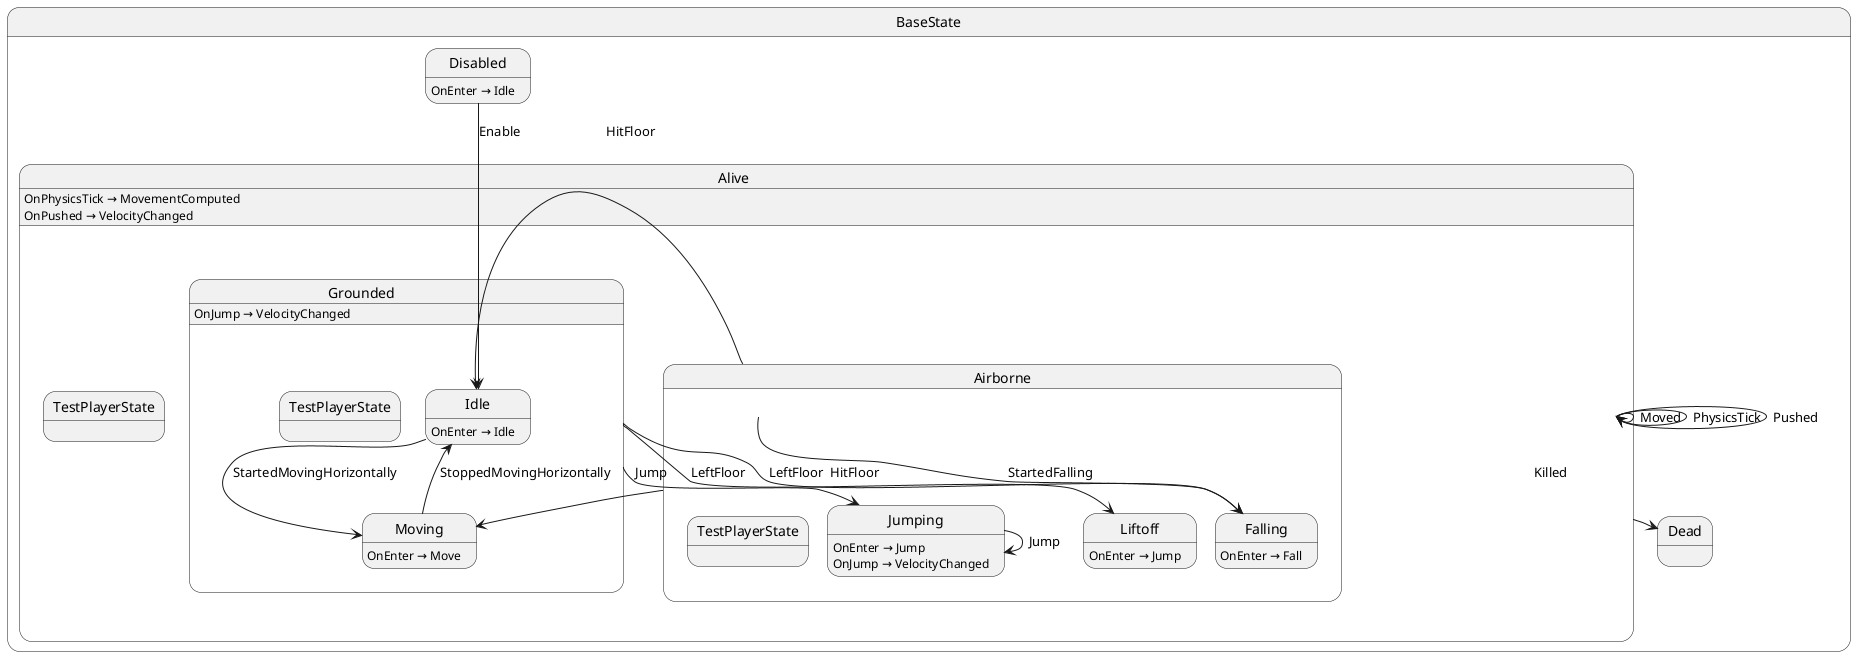
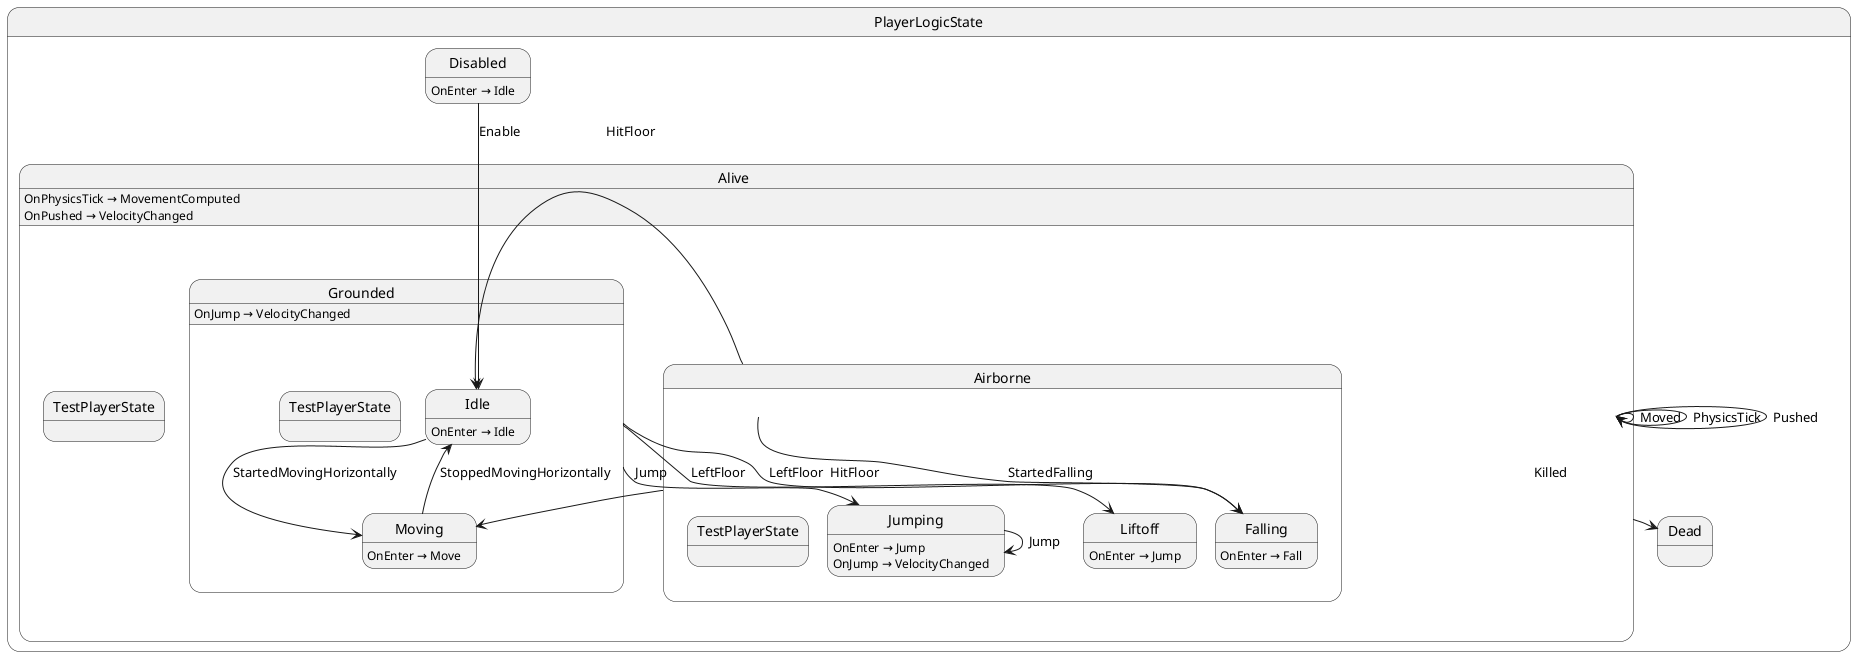
- @startuml BaseState
- state "BaseState" as GameDemo_PlayerLogic_BaseState {
-   state "Alive" as GameDemo_PlayerLogic_BaseState_Alive {
-     state "Airborne" as GameDemo_PlayerLogic_BaseState_Airborne {
-       state "Falling" as GameDemo_PlayerLogic_BaseState_Falling
-       state "Jumping" as GameDemo_PlayerLogic_BaseState_Jumping
-       state "Liftoff" as GameDemo_PlayerLogic_BaseState_Liftoff
+ @startuml PlayerLogicState
+ state "PlayerLogicState" as GameDemo_PlayerLogicState {
+   state "Alive" as GameDemo_PlayerLogicState_Alive {
+     state "Airborne" as GameDemo_PlayerLogicState_Airborne {
+       state "Falling" as GameDemo_PlayerLogicState_Falling
+       state "Jumping" as GameDemo_PlayerLogicState_Jumping
+       state "Liftoff" as GameDemo_PlayerLogicState_Liftoff
      state "TestPlayerState" as GameDemo_Tests_PlayerLogicStateAliveAirborneTest_TestPlayerState
    }
-     state "Grounded" as GameDemo_PlayerLogic_BaseState_Grounded {
-       state "Idle" as GameDemo_PlayerLogic_BaseState_Idle
-       state "Moving" as GameDemo_PlayerLogic_BaseState_Moving
+     state "Grounded" as GameDemo_PlayerLogicState_Grounded {
+       state "Idle" as GameDemo_PlayerLogicState_Idle
+       state "Moving" as GameDemo_PlayerLogicState_Moving
      state "TestPlayerState" as GameDemo_Tests_PlayerLogicStateAliveGroundedTest_TestPlayerState
    }
    state "TestPlayerState" as GameDemo_Tests_PlayerLogicStateAliveTest_TestPlayerState
  }
-   state "Dead" as GameDemo_PlayerLogic_BaseState_Dead
-   state "Disabled" as GameDemo_PlayerLogic_BaseState_Disabled
+   state "Dead" as GameDemo_PlayerLogicState_Dead
+   state "Disabled" as GameDemo_PlayerLogicState_Disabled
}

- GameDemo_PlayerLogic_BaseState_Airborne --> GameDemo_PlayerLogic_BaseState_Falling : StartedFalling
- GameDemo_PlayerLogic_BaseState_Airborne --> GameDemo_PlayerLogic_BaseState_Idle : HitFloor
- GameDemo_PlayerLogic_BaseState_Airborne --> GameDemo_PlayerLogic_BaseState_Moving : HitFloor
- GameDemo_PlayerLogic_BaseState_Alive --> GameDemo_PlayerLogic_BaseState_Alive : Moved
- GameDemo_PlayerLogic_BaseState_Alive --> GameDemo_PlayerLogic_BaseState_Alive : PhysicsTick
- GameDemo_PlayerLogic_BaseState_Alive --> GameDemo_PlayerLogic_BaseState_Alive : Pushed
- GameDemo_PlayerLogic_BaseState_Alive --> GameDemo_PlayerLogic_BaseState_Dead : Killed
- GameDemo_PlayerLogic_BaseState_Disabled --> GameDemo_PlayerLogic_BaseState_Idle : Enable
- GameDemo_PlayerLogic_BaseState_Grounded --> GameDemo_PlayerLogic_BaseState_Falling : LeftFloor
- GameDemo_PlayerLogic_BaseState_Grounded --> GameDemo_PlayerLogic_BaseState_Jumping : Jump
- GameDemo_PlayerLogic_BaseState_Grounded --> GameDemo_PlayerLogic_BaseState_Liftoff : LeftFloor
- GameDemo_PlayerLogic_BaseState_Idle --> GameDemo_PlayerLogic_BaseState_Moving : StartedMovingHorizontally
- GameDemo_PlayerLogic_BaseState_Jumping --> GameDemo_PlayerLogic_BaseState_Jumping : Jump
- GameDemo_PlayerLogic_BaseState_Moving --> GameDemo_PlayerLogic_BaseState_Idle : StoppedMovingHorizontally
+ GameDemo_PlayerLogicState_Airborne --> GameDemo_PlayerLogicState_Falling : StartedFalling
+ GameDemo_PlayerLogicState_Airborne --> GameDemo_PlayerLogicState_Idle : HitFloor
+ GameDemo_PlayerLogicState_Airborne --> GameDemo_PlayerLogicState_Moving : HitFloor
+ GameDemo_PlayerLogicState_Alive --> GameDemo_PlayerLogicState_Alive : Moved
+ GameDemo_PlayerLogicState_Alive --> GameDemo_PlayerLogicState_Alive : PhysicsTick
+ GameDemo_PlayerLogicState_Alive --> GameDemo_PlayerLogicState_Alive : Pushed
+ GameDemo_PlayerLogicState_Alive --> GameDemo_PlayerLogicState_Dead : Killed
+ GameDemo_PlayerLogicState_Disabled --> GameDemo_PlayerLogicState_Idle : Enable
+ GameDemo_PlayerLogicState_Grounded --> GameDemo_PlayerLogicState_Falling : LeftFloor
+ GameDemo_PlayerLogicState_Grounded --> GameDemo_PlayerLogicState_Jumping : Jump
+ GameDemo_PlayerLogicState_Grounded --> GameDemo_PlayerLogicState_Liftoff : LeftFloor
+ GameDemo_PlayerLogicState_Idle --> GameDemo_PlayerLogicState_Moving : StartedMovingHorizontally
+ GameDemo_PlayerLogicState_Jumping --> GameDemo_PlayerLogicState_Jumping : Jump
+ GameDemo_PlayerLogicState_Moving --> GameDemo_PlayerLogicState_Idle : StoppedMovingHorizontally

- GameDemo_PlayerLogic_BaseState_Alive : OnPhysicsTick → MovementComputed
- GameDemo_PlayerLogic_BaseState_Alive : OnPushed → VelocityChanged
- GameDemo_PlayerLogic_BaseState_Disabled : OnEnter → Idle
- GameDemo_PlayerLogic_BaseState_Falling : OnEnter → Fall
- GameDemo_PlayerLogic_BaseState_Grounded : OnJump → VelocityChanged
- GameDemo_PlayerLogic_BaseState_Idle : OnEnter → Idle
- GameDemo_PlayerLogic_BaseState_Jumping : OnEnter → Jump
- GameDemo_PlayerLogic_BaseState_Jumping : OnJump → VelocityChanged
- GameDemo_PlayerLogic_BaseState_Liftoff : OnEnter → Jump
- GameDemo_PlayerLogic_BaseState_Moving : OnEnter → Move
+ GameDemo_PlayerLogicState_Alive : OnPhysicsTick → MovementComputed
+ GameDemo_PlayerLogicState_Alive : OnPushed → VelocityChanged
+ GameDemo_PlayerLogicState_Disabled : OnEnter → Idle
+ GameDemo_PlayerLogicState_Falling : OnEnter → Fall
+ GameDemo_PlayerLogicState_Grounded : OnJump → VelocityChanged
+ GameDemo_PlayerLogicState_Idle : OnEnter → Idle
+ GameDemo_PlayerLogicState_Jumping : OnEnter → Jump
+ GameDemo_PlayerLogicState_Jumping : OnJump → VelocityChanged
+ GameDemo_PlayerLogicState_Liftoff : OnEnter → Jump
+ GameDemo_PlayerLogicState_Moving : OnEnter → Move
@enduml